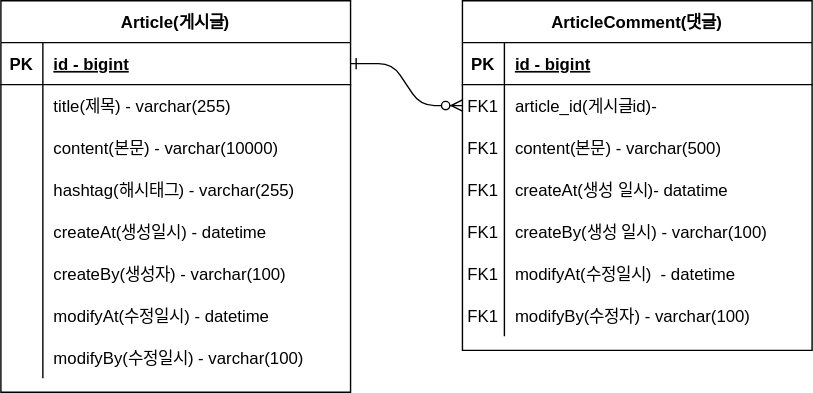
hangyeolgyeol/board keeps this draw.io diagram as document/ERD.svg. Above is the earlier version. Source tidied: cells renumbered, new cells last; positions are measured from the earlier drawing's top-left corner, leaving out a move shared by most shapes.
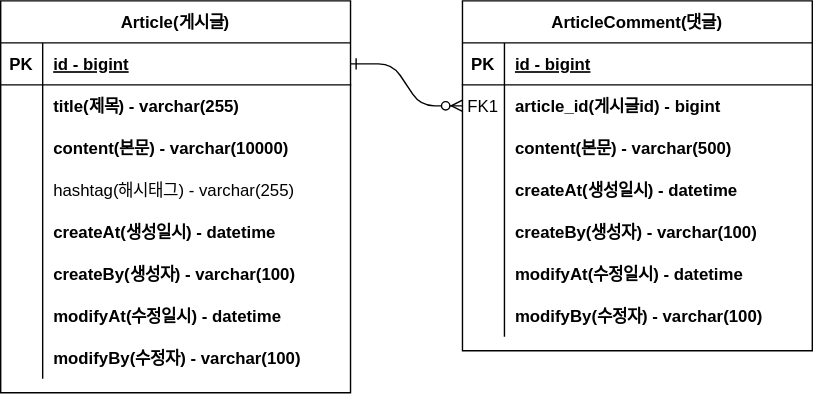
The same diagram one commit later.

The edit, as a diff of the source:
```diff
@@ -23,54 +23,54 @@
     <mxCell id="8" value="FK1" style="shape=partialRectangle;overflow=hidden;fillColor=none;top=0;left=0;bottom=0;right=0;" parent="7" vertex="1">
       <mxGeometry width="30" height="30" as="geometry" />
     </mxCell>
-    <mxCell id="9" value="article_id(게시글id)-" style="shape=partialRectangle;overflow=hidden;fillColor=none;top=0;left=0;bottom=0;right=0;align=left;spacingLeft=6;" parent="7" vertex="1">
+    <mxCell id="9" value="article_id(게시글id) - bigint" style="shape=partialRectangle;overflow=hidden;fillColor=none;top=0;left=0;bottom=0;right=0;align=left;spacingLeft=6;fontStyle=1;" parent="7" vertex="1">
       <mxGeometry x="30" width="220" height="30" as="geometry" />
     </mxCell>
-    <mxCell id="10" style="shape=partialRectangle;fillColor=none;top=0;left=0;right=0;bottom=0;" parent="3" vertex="1">
-      <mxGeometry y="90" width="250" height="30" as="geometry" />
-    </mxCell>
-    <mxCell id="11" value="FK1" style="shape=partialRectangle;overflow=hidden;fillColor=none;top=0;left=0;bottom=0;right=0;" parent="10" vertex="1">
-      <mxGeometry width="30" height="30" as="geometry" />
-    </mxCell>
+    <mxCell id="50" style="shape=partialRectangle;fillColor=none;top=0;left=0;right=0;bottom=0;" parent="3" vertex="1">
+      <mxGeometry y="90" width="250" height="30" as="geometry" />
+    </mxCell>
+    <mxCell id="51" style="shape=partialRectangle;overflow=hidden;fillColor=none;top=0;left=0;bottom=0;right=0;" parent="50" vertex="1">
+      <mxGeometry width="30" height="30" as="geometry" />
+    </mxCell>
-    <mxCell id="12" value="content(본문) - varchar(500)" style="shape=partialRectangle;overflow=hidden;fillColor=none;top=0;left=0;bottom=0;right=0;align=left;spacingLeft=6;" parent="10" vertex="1">
+    <mxCell id="12" value="content(본문) - varchar(500)" style="shape=partialRectangle;overflow=hidden;fillColor=none;top=0;left=0;bottom=0;right=0;align=left;spacingLeft=6;fontStyle=1;" parent="50" vertex="1">
       <mxGeometry x="30" width="220" height="30" as="geometry" />
     </mxCell>
-    <mxCell id="13" style="shape=partialRectangle;fillColor=none;top=0;left=0;right=0;bottom=0;" parent="3" vertex="1">
-      <mxGeometry y="120" width="250" height="30" as="geometry" />
-    </mxCell>
-    <mxCell id="14" value="FK1" style="shape=partialRectangle;overflow=hidden;fillColor=none;top=0;left=0;bottom=0;right=0;" parent="13" vertex="1">
-      <mxGeometry width="30" height="30" as="geometry" />
-    </mxCell>
-    <mxCell id="15" value="createAt(생성 일시)- datatime                                                                                                                       " style="shape=partialRectangle;overflow=hidden;fillColor=none;top=0;left=0;bottom=0;right=0;align=left;spacingLeft=6;" parent="13" vertex="1">
-      <mxGeometry x="30" width="220" height="30" as="geometry" />
-    </mxCell>
-    <mxCell id="16" style="shape=partialRectangle;fillColor=none;top=0;left=0;right=0;bottom=0;" parent="3" vertex="1">
-      <mxGeometry y="150" width="250" height="30" as="geometry" />
-    </mxCell>
-    <mxCell id="17" value="FK1" style="shape=partialRectangle;overflow=hidden;fillColor=none;top=0;left=0;bottom=0;right=0;" parent="16" vertex="1">
-      <mxGeometry width="30" height="30" as="geometry" />
-    </mxCell>
-    <mxCell id="18" value="createBy(생성 일시) - varchar(100)" style="shape=partialRectangle;overflow=hidden;fillColor=none;top=0;left=0;bottom=0;right=0;align=left;spacingLeft=6;" parent="16" vertex="1">
-      <mxGeometry x="30" width="220" height="30" as="geometry" />
-    </mxCell>
-    <mxCell id="19" style="shape=partialRectangle;fillColor=none;top=0;left=0;right=0;bottom=0;" parent="3" vertex="1">
-      <mxGeometry y="180" width="250" height="30" as="geometry" />
-    </mxCell>
-    <mxCell id="20" value="FK1" style="shape=partialRectangle;overflow=hidden;fillColor=none;top=0;left=0;bottom=0;right=0;" parent="19" vertex="1">
-      <mxGeometry width="30" height="30" as="geometry" />
-    </mxCell>
-    <mxCell id="21" value="modifyAt(수정일시)  - datetime" style="shape=partialRectangle;overflow=hidden;fillColor=none;top=0;left=0;bottom=0;right=0;align=left;spacingLeft=6;" parent="19" vertex="1">
-      <mxGeometry x="30" width="220" height="30" as="geometry" />
-    </mxCell>
-    <mxCell id="22" style="shape=partialRectangle;fillColor=none;top=0;left=0;right=0;bottom=0;" parent="3" vertex="1">
-      <mxGeometry y="210" width="250" height="30" as="geometry" />
-    </mxCell>
-    <mxCell id="23" value="FK1" style="shape=partialRectangle;overflow=hidden;fillColor=none;top=0;left=0;bottom=0;right=0;" parent="22" vertex="1">
-      <mxGeometry width="30" height="30" as="geometry" />
-    </mxCell>
-    <mxCell id="24" value="modifyBy(수정자) - varchar(100)" style="shape=partialRectangle;overflow=hidden;fillColor=none;top=0;left=0;bottom=0;right=0;align=left;spacingLeft=6;" parent="22" vertex="1">
-      <mxGeometry x="30" width="220" height="30" as="geometry" />
-    </mxCell>
+    <mxCell id="52" style="shape=partialRectangle;fillColor=none;top=0;left=0;right=0;bottom=0;" parent="3" vertex="1">
+      <mxGeometry y="120" width="250" height="30" as="geometry" />
+    </mxCell>
+    <mxCell id="53" style="shape=partialRectangle;overflow=hidden;fillColor=none;top=0;left=0;bottom=0;right=0;" parent="52" vertex="1">
+      <mxGeometry width="30" height="30" as="geometry" />
+    </mxCell>
+    <mxCell id="54" value="createAt(생성일시) - datetime" style="shape=partialRectangle;overflow=hidden;fillColor=none;top=0;left=0;bottom=0;right=0;align=left;spacingLeft=6;fontStyle=1;" parent="52" vertex="1">
+      <mxGeometry x="30" width="220" height="30" as="geometry" />
+    </mxCell>
+    <mxCell id="55" style="shape=partialRectangle;fillColor=none;top=0;left=0;right=0;bottom=0;" parent="3" vertex="1">
+      <mxGeometry y="150" width="250" height="30" as="geometry" />
+    </mxCell>
+    <mxCell id="56" style="shape=partialRectangle;overflow=hidden;fillColor=none;top=0;left=0;bottom=0;right=0;" parent="55" vertex="1">
+      <mxGeometry width="30" height="30" as="geometry" />
+    </mxCell>
+    <mxCell id="57" value="createBy(생성자) - varchar(100)" style="shape=partialRectangle;overflow=hidden;fillColor=none;top=0;left=0;bottom=0;right=0;align=left;spacingLeft=6;fontStyle=1;" parent="55" vertex="1">
+      <mxGeometry x="30" width="220" height="30" as="geometry" />
+    </mxCell>
+    <mxCell id="58" style="shape=partialRectangle;fillColor=none;top=0;left=0;right=0;bottom=0;" parent="3" vertex="1">
+      <mxGeometry y="180" width="250" height="30" as="geometry" />
+    </mxCell>
+    <mxCell id="59" style="shape=partialRectangle;overflow=hidden;fillColor=none;top=0;left=0;bottom=0;right=0;" parent="58" vertex="1">
+      <mxGeometry width="30" height="30" as="geometry" />
+    </mxCell>
+    <mxCell id="60" value="modifyAt(수정일시) - datetime" style="shape=partialRectangle;overflow=hidden;fillColor=none;top=0;left=0;bottom=0;right=0;align=left;spacingLeft=6;fontStyle=1;" parent="58" vertex="1">
+      <mxGeometry x="30" width="220" height="30" as="geometry" />
+    </mxCell>
+    <mxCell id="61" style="shape=partialRectangle;fillColor=none;top=0;left=0;right=0;bottom=0;" parent="3" vertex="1">
+      <mxGeometry y="210" width="250" height="30" as="geometry" />
+    </mxCell>
+    <mxCell id="62" style="shape=partialRectangle;overflow=hidden;fillColor=none;top=0;left=0;bottom=0;right=0;" parent="61" vertex="1">
+      <mxGeometry width="30" height="30" as="geometry" />
+    </mxCell>
+    <mxCell id="63" value="modifyBy(수정자) - varchar(100)" style="shape=partialRectangle;overflow=hidden;fillColor=none;top=0;left=0;bottom=0;right=0;align=left;spacingLeft=6;fontStyle=1;" parent="61" vertex="1">
+      <mxGeometry x="30" width="220" height="30" as="geometry" />
+    </mxCell>
     <mxCell id="25" value="Article(게시글)" style="shape=table;startSize=30;rowLines=0;fontStyle=1;align=center;" parent="1" vertex="1">
       <mxGeometry width="250" height="280" as="geometry" />
     </mxCell>
@@ -89,62 +89,62 @@
     <mxCell id="30" style="shape=partialRectangle;overflow=hidden;fillColor=none;top=0;left=0;bottom=0;right=0;" parent="29" vertex="1">
       <mxGeometry width="30" height="30" as="geometry" />
     </mxCell>
-    <mxCell id="31" value="title(제목) - varchar(255)" style="shape=partialRectangle;overflow=hidden;fillColor=none;top=0;left=0;bottom=0;right=0;align=left;spacingLeft=6;" parent="29" vertex="1">
+    <mxCell id="31" value="title(제목) - varchar(255)" style="shape=partialRectangle;overflow=hidden;fillColor=none;top=0;left=0;bottom=0;right=0;align=left;spacingLeft=6;fontStyle=1;" parent="29" vertex="1">
       <mxGeometry x="30" width="220" height="30" as="geometry" />
     </mxCell>
-    <mxCell id="32" style="shape=partialRectangle;fillColor=none;top=0;left=0;right=0;bottom=0;" parent="25" vertex="1">
-      <mxGeometry y="90" width="250" height="30" as="geometry" />
-    </mxCell>
-    <mxCell id="33" style="shape=partialRectangle;overflow=hidden;fillColor=none;top=0;left=0;bottom=0;right=0;" parent="32" vertex="1">
-      <mxGeometry width="30" height="30" as="geometry" />
-    </mxCell>
+    <mxCell id="64" style="shape=partialRectangle;fillColor=none;top=0;left=0;right=0;bottom=0;" parent="25" vertex="1">
+      <mxGeometry y="90" width="250" height="30" as="geometry" />
+    </mxCell>
+    <mxCell id="65" style="shape=partialRectangle;overflow=hidden;fillColor=none;top=0;left=0;bottom=0;right=0;" parent="64" vertex="1">
+      <mxGeometry width="30" height="30" as="geometry" />
+    </mxCell>
-    <mxCell id="34" value="content(본문) - varchar(10000)" style="shape=partialRectangle;overflow=hidden;fillColor=none;top=0;left=0;bottom=0;right=0;align=left;spacingLeft=6;" parent="32" vertex="1">
+    <mxCell id="34" value="content(본문) - varchar(10000)" style="shape=partialRectangle;overflow=hidden;fillColor=none;top=0;left=0;bottom=0;right=0;align=left;spacingLeft=6;fontStyle=1;" parent="64" vertex="1">
       <mxGeometry x="30" width="220" height="30" as="geometry" />
     </mxCell>
-    <mxCell id="35" style="shape=partialRectangle;fillColor=none;top=0;left=0;right=0;bottom=0;" parent="25" vertex="1">
-      <mxGeometry y="120" width="250" height="30" as="geometry" />
-    </mxCell>
-    <mxCell id="36" style="shape=partialRectangle;overflow=hidden;fillColor=none;top=0;left=0;bottom=0;right=0;" parent="35" vertex="1">
-      <mxGeometry width="30" height="30" as="geometry" />
-    </mxCell>
+    <mxCell id="66" style="shape=partialRectangle;fillColor=none;top=0;left=0;right=0;bottom=0;" parent="25" vertex="1">
+      <mxGeometry y="120" width="250" height="30" as="geometry" />
+    </mxCell>
+    <mxCell id="67" value="        " style="shape=partialRectangle;overflow=hidden;fillColor=none;top=0;left=0;bottom=0;right=0;" parent="66" vertex="1">
+      <mxGeometry width="30" height="30" as="geometry" />
+    </mxCell>
-    <mxCell id="37" value="hashtag(해시태그) - varchar(255)" style="shape=partialRectangle;overflow=hidden;fillColor=none;top=0;left=0;bottom=0;right=0;align=left;spacingLeft=6;" parent="35" vertex="1">
+    <mxCell id="37" value="hashtag(해시태그) - varchar(255)" style="shape=partialRectangle;overflow=hidden;fillColor=none;top=0;left=0;bottom=0;right=0;align=left;spacingLeft=6;" parent="66" vertex="1">
       <mxGeometry x="30" width="220" height="30" as="geometry" />
     </mxCell>
-    <mxCell id="38" style="shape=partialRectangle;fillColor=none;top=0;left=0;right=0;bottom=0;" parent="25" vertex="1">
-      <mxGeometry y="150" width="250" height="30" as="geometry" />
-    </mxCell>
-    <mxCell id="39" style="shape=partialRectangle;overflow=hidden;fillColor=none;top=0;left=0;bottom=0;right=0;" parent="38" vertex="1">
-      <mxGeometry width="30" height="30" as="geometry" />
-    </mxCell>
-    <mxCell id="40" value="createAt(생성일시) - datetime" style="shape=partialRectangle;overflow=hidden;fillColor=none;top=0;left=0;bottom=0;right=0;align=left;spacingLeft=6;" parent="38" vertex="1">
-      <mxGeometry x="30" width="220" height="30" as="geometry" />
-    </mxCell>
-    <mxCell id="41" style="shape=partialRectangle;fillColor=none;top=0;left=0;right=0;bottom=0;" parent="25" vertex="1">
-      <mxGeometry y="180" width="250" height="30" as="geometry" />
-    </mxCell>
-    <mxCell id="42" style="shape=partialRectangle;overflow=hidden;fillColor=none;top=0;left=0;bottom=0;right=0;" parent="41" vertex="1">
-      <mxGeometry width="30" height="30" as="geometry" />
-    </mxCell>
-    <mxCell id="43" value="createBy(생성자) - varchar(100)" style="shape=partialRectangle;overflow=hidden;fillColor=none;top=0;left=0;bottom=0;right=0;align=left;spacingLeft=6;" parent="41" vertex="1">
-      <mxGeometry x="30" width="220" height="30" as="geometry" />
-    </mxCell>
-    <mxCell id="44" style="shape=partialRectangle;fillColor=none;top=0;left=0;right=0;bottom=0;" parent="25" vertex="1">
-      <mxGeometry y="210" width="250" height="30" as="geometry" />
-    </mxCell>
-    <mxCell id="45" style="shape=partialRectangle;overflow=hidden;fillColor=none;top=0;left=0;bottom=0;right=0;" parent="44" vertex="1">
-      <mxGeometry width="30" height="30" as="geometry" />
-    </mxCell>
-    <mxCell id="46" value="modifyAt(수정일시) - datetime" style="shape=partialRectangle;overflow=hidden;fillColor=none;top=0;left=0;bottom=0;right=0;align=left;spacingLeft=6;" parent="44" vertex="1">
-      <mxGeometry x="30" width="220" height="30" as="geometry" />
-    </mxCell>
+    <mxCell id="68" style="shape=partialRectangle;fillColor=none;top=0;left=0;right=0;bottom=0;" parent="25" vertex="1">
+      <mxGeometry y="150" width="250" height="30" as="geometry" />
+    </mxCell>
+    <mxCell id="69" value="        " style="shape=partialRectangle;overflow=hidden;fillColor=none;top=0;left=0;bottom=0;right=0;" parent="68" vertex="1">
+      <mxGeometry width="30" height="30" as="geometry" />
+    </mxCell>
+    <mxCell id="70" value="createAt(생성일시) - datetime" style="shape=partialRectangle;overflow=hidden;fillColor=none;top=0;left=0;bottom=0;right=0;align=left;spacingLeft=6;fontStyle=1;" parent="68" vertex="1">
+      <mxGeometry x="30" width="220" height="30" as="geometry" />
+    </mxCell>
+    <mxCell id="71" style="shape=partialRectangle;fillColor=none;top=0;left=0;right=0;bottom=0;" parent="25" vertex="1">
+      <mxGeometry y="180" width="250" height="30" as="geometry" />
+    </mxCell>
+    <mxCell id="72" value="        " style="shape=partialRectangle;overflow=hidden;fillColor=none;top=0;left=0;bottom=0;right=0;" parent="71" vertex="1">
+      <mxGeometry width="30" height="30" as="geometry" />
+    </mxCell>
+    <mxCell id="73" value="createBy(생성자) - varchar(100)" style="shape=partialRectangle;overflow=hidden;fillColor=none;top=0;left=0;bottom=0;right=0;align=left;spacingLeft=6;fontStyle=1;" parent="71" vertex="1">
+      <mxGeometry x="30" width="220" height="30" as="geometry" />
+    </mxCell>
+    <mxCell id="74" style="shape=partialRectangle;fillColor=none;top=0;left=0;right=0;bottom=0;" parent="25" vertex="1">
+      <mxGeometry y="210" width="250" height="30" as="geometry" />
+    </mxCell>
+    <mxCell id="75" value="        " style="shape=partialRectangle;overflow=hidden;fillColor=none;top=0;left=0;bottom=0;right=0;" parent="74" vertex="1">
+      <mxGeometry width="30" height="30" as="geometry" />
+    </mxCell>
+    <mxCell id="76" value="modifyAt(수정일시) - datetime" style="shape=partialRectangle;overflow=hidden;fillColor=none;top=0;left=0;bottom=0;right=0;align=left;spacingLeft=6;fontStyle=1;" parent="74" vertex="1">
+      <mxGeometry x="30" width="220" height="30" as="geometry" />
+    </mxCell>
     <mxCell id="47" style="shape=partialRectangle;fillColor=none;top=0;left=0;right=0;bottom=0;" parent="25" vertex="1">
       <mxGeometry y="240" width="250" height="30" as="geometry" />
     </mxCell>
-    <mxCell id="48" style="shape=partialRectangle;overflow=hidden;fillColor=none;top=0;left=0;bottom=0;right=0;" parent="47" vertex="1">
-      <mxGeometry width="30" height="30" as="geometry" />
-    </mxCell>
-    <mxCell id="49" value="modifyBy(수정일시) - varchar(100)" style="shape=partialRectangle;overflow=hidden;fillColor=none;top=0;left=0;bottom=0;right=0;align=left;spacingLeft=6;" parent="47" vertex="1">
-      <mxGeometry x="30" width="220" height="30" as="geometry" />
-    </mxCell>
+    <mxCell id="77" style="shape=partialRectangle;overflow=hidden;fillColor=none;top=0;left=0;bottom=0;right=0;" parent="47" vertex="1">
+      <mxGeometry width="30" height="30" as="geometry" />
+    </mxCell>
+    <mxCell id="78" value="modifyBy(수정자) - varchar(100)" style="shape=partialRectangle;overflow=hidden;fillColor=none;top=0;left=0;bottom=0;right=0;align=left;spacingLeft=6;fontStyle=1;" parent="47" vertex="1">
+      <mxGeometry x="30" width="220" height="30" as="geometry" />
+    </mxCell>
   </root>
 </mxGraphModel>
```
